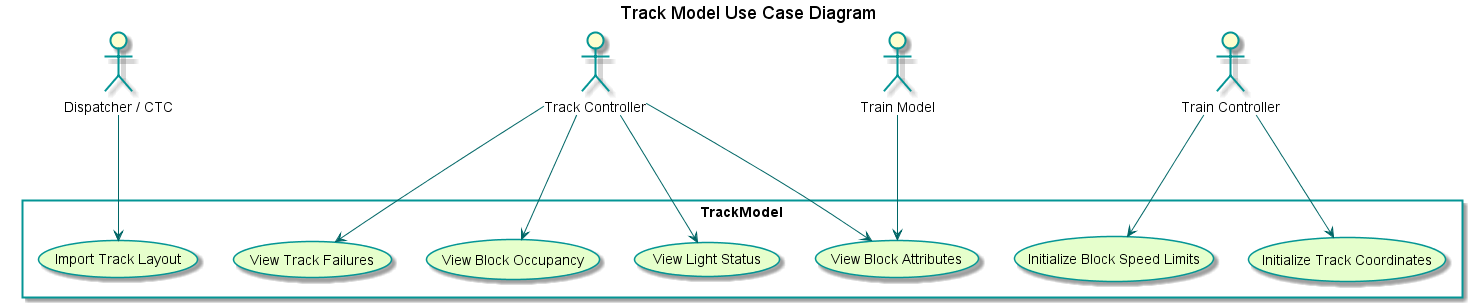
This is TrainSystem/yUML/Usecase Diagrams/TrackModelUseCaseDiagram.png from kevingilboy/COE1186, a PlantUML export, as it was before one commit.
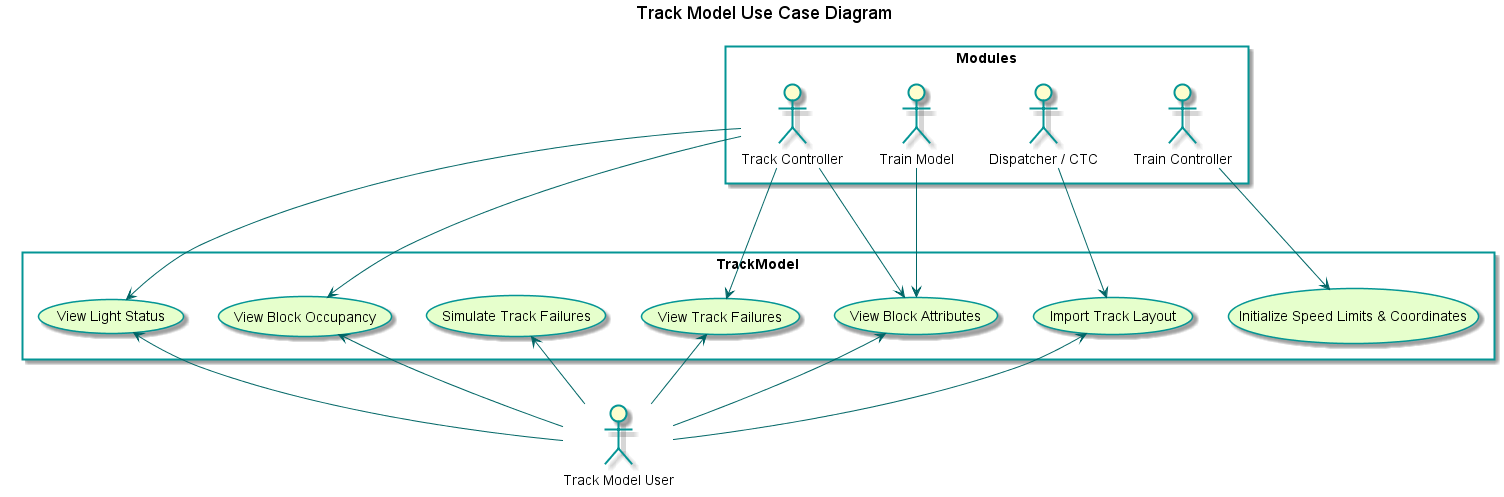
After the change.

Commit message:
updated Track Model class and use case diagrams

Change to the diagram source:
```diff
@@ -7,10 +7,14 @@
 skinparam packageBorderColor  #049595
 skinparam arrowColor #006666
 
-:Dispatcher / CTC: as d
-:Track Controller: as tkc
-:Train Model: as tnm
-:Train Controller: as trc
+rectangle (Modules){
+	:Dispatcher / CTC: as d
+	:Track Controller: as tkc
+	:Train Model: as tnm
+	:Train Controller: as trc
+}
+
+:Track Model User: as tmu
 
 rectangle TrackModel{
 	(Import Track Layout)
@@ -18,17 +22,23 @@
 	(View Track Failures)
 	(View Block Occupancy)
 	(View Light Status)
-	(Initialize Block Speed Limits)
-	(Initialize Track Coordinates)
+	(Simulate Track Failures)
+	(Initialize Speed Limits & Coordinates)
 }
 
-d ---> (Import Track Layout)
-tkc ---> (View Block Attributes)
+d --> (Import Track Layout)
+tkc --> (View Block Attributes)
 tkc ---> (View Track Failures)
-tkc ---> (View Block Occupancy)
+tkc --> (View Block Occupancy)
 tkc ---> (View Light Status)
-tnm ---> (View Block Attributes)
-trc ---> (Initialize Block Speed Limits)
-trc ---> (Initialize Track Coordinates)
+tnm --> (View Block Attributes)
+trc ---> (Initialize Speed Limits & Coordinates)
+
+tmu -up-> (Import Track Layout)
+tmu -up-> (View Track Failures)
+tmu -up-> (View Block Occupancy)
+tmu -up-> (View Light Status)
+tmu -up-> (View Block Attributes)
+tmu -up-> (Simulate Track Failures)
 
 @enduml
```
